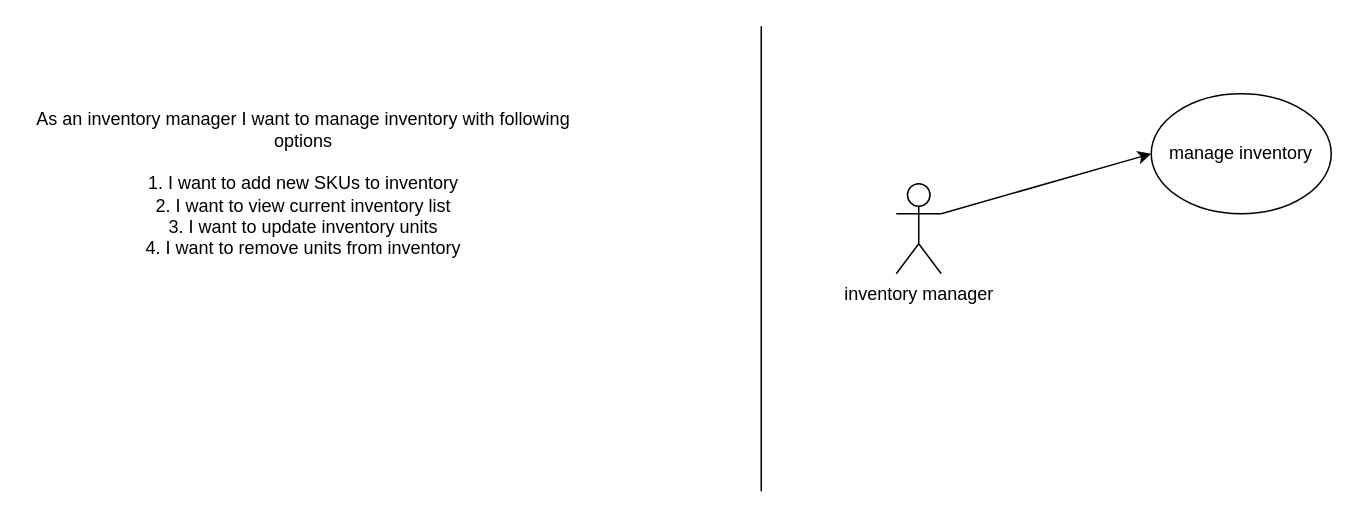
rd-raven/stirzz-design keeps this draw.io diagram as use-case/manage-inventory.drawio. Above is the earlier version. Source tidied: cells renumbered, new cells numbered last; positions are measured from the earlier drawing's top-left corner, leaving out a move shared by most shapes. Both pictures are drawn from the tidied source at 150%, with x=0, y=0 at pixel (26, 26).
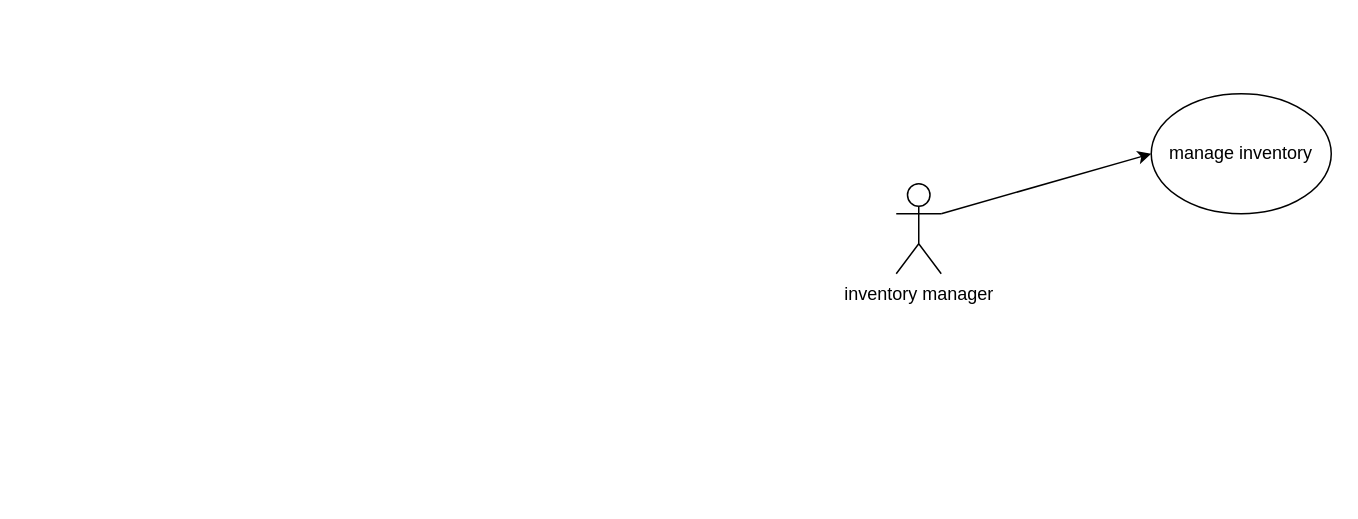
The same diagram, later.

The edit, as a diff of the source:
```diff
@@
 <mxGraphModel>
   <root>
     <mxCell id="0" />
     <mxCell id="1" parent="0" />
     <mxCell id="2" style="rounded=0;jettySize=auto;html=1;exitX=1;exitY=0.3333333333333333;exitDx=0;exitDy=0;exitPerimeter=0;entryX=0;entryY=0.5;entryDx=0;entryDy=0;" parent="1" edge="1" source="3" target="4">
       <mxGeometry relative="1" as="geometry" />
     </mxCell>
     <mxCell id="3" value="inventory manager" style="shape=umlActor;verticalLabelPosition=bottom;verticalAlign=top;html=1;outlineConnect=0;" parent="1" vertex="1">
       <mxGeometry x="580" y="105" width="30" height="60" as="geometry" />
     </mxCell>
     <mxCell id="4" value="manage inventory" style="ellipse;whiteSpace=wrap;html=1;" parent="1" vertex="1">
       <mxGeometry x="750" y="45" width="120" height="80" as="geometry" />
     </mxCell>
-    <mxCell id="5" value="&lt;div&gt;As an inventory manager I want to manage inventory with following options&lt;/div&gt;&lt;div&gt;&lt;br&gt;&lt;/div&gt;&lt;div&gt;1. I want to add new SKUs to inventory&lt;/div&gt;&lt;div&gt;2. I want to view current inventory list&lt;/div&gt;&lt;div&gt;3. I want to update inventory units&lt;br&gt;&lt;/div&gt;&lt;div&gt;4. I want to remove units from inventory&lt;br&gt;&lt;/div&gt;" style="text;html=1;align=center;verticalAlign=middle;whiteSpace=wrap;rounded=0;" parent="1" vertex="1">
-      <mxGeometry y="20" width="370" height="170" as="geometry" />
-    </mxCell>
-    <mxCell id="6" style="endArrow=none;html=1;rounded=0;" parent="1" edge="1">
-      <mxGeometry relative="1" as="geometry">
-        <mxPoint x="490" y="310" as="sourcePoint" />
-        <mxPoint x="490" as="targetPoint" />
-      </mxGeometry>
-    </mxCell>
   </root>
 </mxGraphModel>
```
